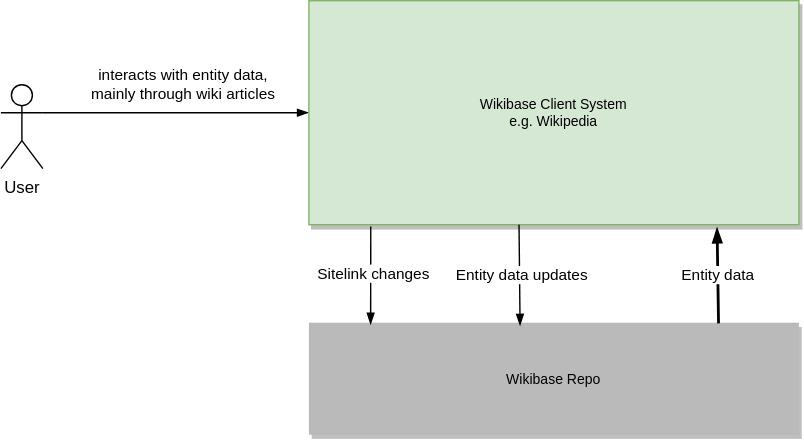
This is systems/WikibaseClient/diagrams/03-business-context.drawio.svg from wmde/wikidata-wikibase-architecture, a draw.io export, as it was before one commit. Source tidied: cells renumbered, new cells last; positions are measured from the earlier drawing's top-left corner, leaving out a move shared by most shapes.
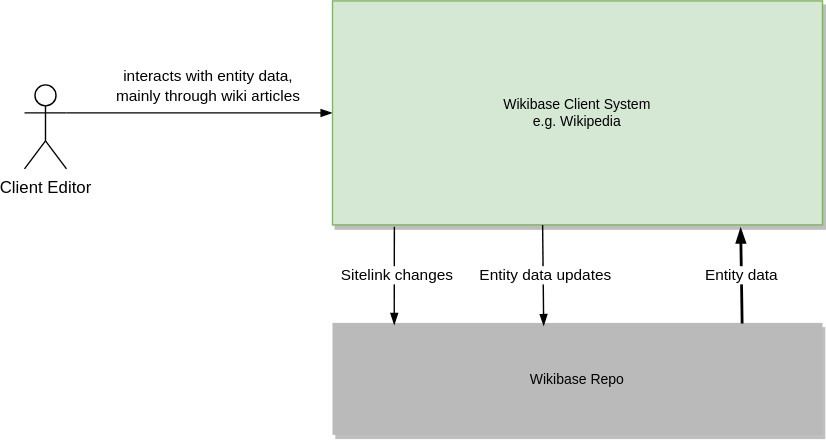
Later version of the same file.

Commit message:
client: Rename User to Client editor to reflect the stakeholders section

What changed in the source:
```diff
@@ -5,7 +5,7 @@
     <mxCell id="2" value="Wikibase Repo" style="rounded=0;shadow=1;fontSize=10;fontColor=#000000;strokeColor=none;direction=west;fillColor=#BABABA;" parent="1" vertex="1">
       <mxGeometry x="220" y="230" width="350" height="80" as="geometry" />
     </mxCell>
-    <mxCell id="3" value="User" style="shape=umlActor;verticalLabelPosition=bottom;verticalAlign=top;html=1;outlineConnect=0;" parent="1" vertex="1">
+    <mxCell id="3" value="Client Editor" style="shape=umlActor;verticalLabelPosition=bottom;verticalAlign=top;html=1;outlineConnect=0;" parent="1" vertex="1">
       <mxGeometry y="60" width="30" height="60" as="geometry" />
     </mxCell>
     <mxCell id="4" style="endArrow=blockThin;strokeColor=#000000;fontSize=10;fontColor=#000000;strokeWidth=1;endFill=1;entryX=1;entryY=0.5;entryDx=0;entryDy=0;exitX=1;exitY=0.3333333333333333;exitDx=0;exitDy=0;exitPerimeter=0;" parent="1" edge="1" source="3" target="6">
```
